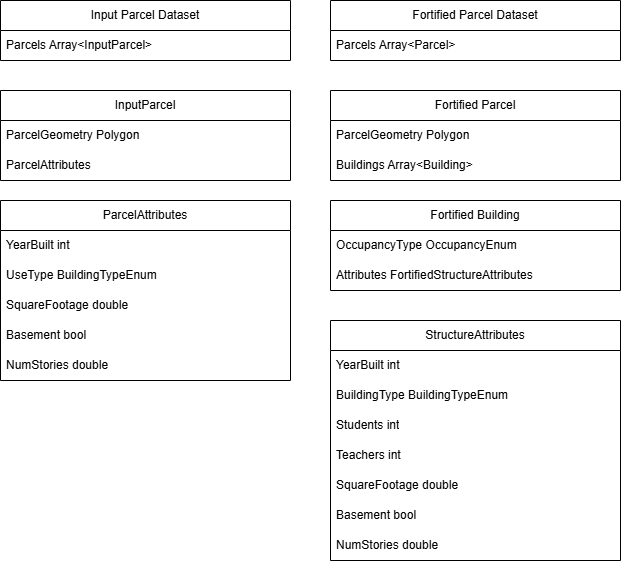
USACE-NSI/nsi-generator keeps this draw.io diagram as drawio/ExampleDatasets-ParcelDataset.drawio.png. Above is the earlier version. Source tidied: cells renumbered, new cells last; positions are measured from the earlier drawing's top-left corner, leaving out a move shared by most shapes.
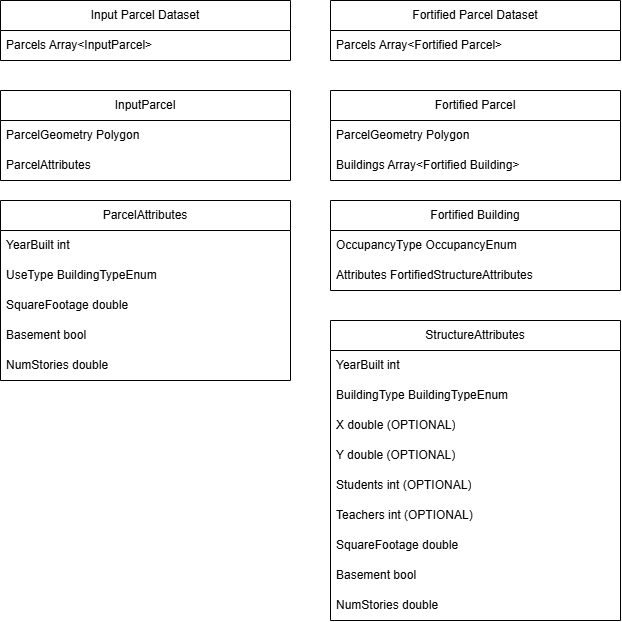
Later version of the same file.

Diff of the diagram source:
```diff
@@ -5,7 +5,7 @@
     <mxCell id="2" value="Fortified Parcel Dataset" style="swimlane;fontStyle=0;horizontal=1;startSize=30;whiteSpace=wrap;html=1;" parent="1" vertex="1">
       <mxGeometry x="330" width="290" height="60" as="geometry" />
     </mxCell>
-    <mxCell id="3" value="Parcels Array&amp;lt;Parcel&amp;gt;" style="text;strokeColor=none;fillColor=none;align=left;verticalAlign=middle;spacingLeft=4;spacingRight=4;overflow=hidden;whiteSpace=wrap;html=1;" parent="2" vertex="1">
+    <mxCell id="3" value="Parcels Array&amp;lt;Fortified Parcel&amp;gt;" style="text;strokeColor=none;fillColor=none;align=left;verticalAlign=middle;spacingLeft=4;spacingRight=4;overflow=hidden;whiteSpace=wrap;html=1;" parent="2" vertex="1">
       <mxGeometry y="30" width="290" height="30" as="geometry" />
     </mxCell>
     <mxCell id="4" value="Fortified Parcel" style="swimlane;fontStyle=0;horizontal=1;startSize=30;whiteSpace=wrap;html=1;" parent="1" vertex="1">
@@ -14,7 +14,7 @@
     <mxCell id="5" value="ParcelGeometry Polygon" style="text;strokeColor=none;fillColor=none;align=left;verticalAlign=middle;spacingLeft=4;spacingRight=4;overflow=hidden;whiteSpace=wrap;html=1;" parent="4" vertex="1">
       <mxGeometry y="30" width="290" height="30" as="geometry" />
     </mxCell>
-    <mxCell id="6" value="Buildings Array&amp;lt;Building&amp;gt;" style="text;strokeColor=none;fillColor=none;align=left;verticalAlign=middle;spacingLeft=4;spacingRight=4;overflow=hidden;whiteSpace=wrap;html=1;" parent="4" vertex="1">
+    <mxCell id="6" value="Buildings Array&amp;lt;Fortified Building&amp;gt;" style="text;strokeColor=none;fillColor=none;align=left;verticalAlign=middle;spacingLeft=4;spacingRight=4;overflow=hidden;whiteSpace=wrap;html=1;" parent="4" vertex="1">
       <mxGeometry y="60" width="290" height="30" as="geometry" />
     </mxCell>
     <mxCell id="7" value="Fortified Building" style="swimlane;fontStyle=0;horizontal=1;startSize=30;whiteSpace=wrap;html=1;" parent="1" vertex="1">
@@ -27,7 +27,7 @@
       <mxGeometry y="60" width="290" height="30" as="geometry" />
     </mxCell>
     <mxCell id="10" value="StructureAttributes" style="swimlane;fontStyle=0;horizontal=1;startSize=30;whiteSpace=wrap;html=1;" parent="1" vertex="1">
-      <mxGeometry x="330" y="320" width="290" height="240" as="geometry" />
+      <mxGeometry x="330" y="320" width="290" height="300" as="geometry" />
     </mxCell>
     <mxCell id="11" value="YearBuilt int" style="text;strokeColor=none;fillColor=none;align=left;verticalAlign=middle;spacingLeft=4;spacingRight=4;overflow=hidden;whiteSpace=wrap;html=1;" parent="10" vertex="1">
       <mxGeometry y="30" width="290" height="30" as="geometry" />
@@ -35,20 +35,26 @@
     <mxCell id="12" value="BuildingType BuildingTypeEnum" style="text;strokeColor=none;fillColor=none;align=left;verticalAlign=middle;spacingLeft=4;spacingRight=4;overflow=hidden;whiteSpace=wrap;html=1;" parent="10" vertex="1">
       <mxGeometry y="60" width="290" height="30" as="geometry" />
     </mxCell>
+    <mxCell id="29" value="X double (OPTIONAL)" style="text;strokeColor=none;fillColor=none;align=left;verticalAlign=middle;spacingLeft=4;spacingRight=4;overflow=hidden;whiteSpace=wrap;html=1;" parent="10" vertex="1">
+      <mxGeometry y="90" width="290" height="30" as="geometry" />
+    </mxCell>
+    <mxCell id="30" value="Y double (OPTIONAL)" style="text;strokeColor=none;fillColor=none;align=left;verticalAlign=middle;spacingLeft=4;spacingRight=4;overflow=hidden;whiteSpace=wrap;html=1;" parent="10" vertex="1">
+      <mxGeometry y="120" width="290" height="30" as="geometry" />
+    </mxCell>
-    <mxCell id="13" value="Students int" style="text;strokeColor=none;fillColor=none;align=left;verticalAlign=middle;spacingLeft=4;spacingRight=4;overflow=hidden;whiteSpace=wrap;html=1;" parent="10" vertex="1">
-      <mxGeometry y="90" width="290" height="30" as="geometry" />
+    <mxCell id="13" value="Students int (OPTIONAL)" style="text;strokeColor=none;fillColor=none;align=left;verticalAlign=middle;spacingLeft=4;spacingRight=4;overflow=hidden;whiteSpace=wrap;html=1;" parent="10" vertex="1">
+      <mxGeometry y="150" width="290" height="30" as="geometry" />
     </mxCell>
-    <mxCell id="14" value="Teachers int" style="text;strokeColor=none;fillColor=none;align=left;verticalAlign=middle;spacingLeft=4;spacingRight=4;overflow=hidden;whiteSpace=wrap;html=1;" parent="10" vertex="1">
-      <mxGeometry y="120" width="290" height="30" as="geometry" />
+    <mxCell id="14" value="Teachers int (OPTIONAL)" style="text;strokeColor=none;fillColor=none;align=left;verticalAlign=middle;spacingLeft=4;spacingRight=4;overflow=hidden;whiteSpace=wrap;html=1;" parent="10" vertex="1">
+      <mxGeometry y="180" width="290" height="30" as="geometry" />
     </mxCell>
     <mxCell id="15" value="SquareFootage double" style="text;strokeColor=none;fillColor=none;align=left;verticalAlign=middle;spacingLeft=4;spacingRight=4;overflow=hidden;whiteSpace=wrap;html=1;" parent="10" vertex="1">
-      <mxGeometry y="150" width="290" height="30" as="geometry" />
+      <mxGeometry y="210" width="290" height="30" as="geometry" />
     </mxCell>
     <mxCell id="16" value="Basement bool" style="text;strokeColor=none;fillColor=none;align=left;verticalAlign=middle;spacingLeft=4;spacingRight=4;overflow=hidden;whiteSpace=wrap;html=1;" parent="10" vertex="1">
-      <mxGeometry y="180" width="290" height="30" as="geometry" />
+      <mxGeometry y="240" width="290" height="30" as="geometry" />
     </mxCell>
     <mxCell id="17" value="NumStories double" style="text;strokeColor=none;fillColor=none;align=left;verticalAlign=middle;spacingLeft=4;spacingRight=4;overflow=hidden;whiteSpace=wrap;html=1;" parent="10" vertex="1">
-      <mxGeometry y="210" width="290" height="30" as="geometry" />
+      <mxGeometry y="270" width="290" height="30" as="geometry" />
     </mxCell>
     <mxCell id="18" value="Input Parcel Dataset" style="swimlane;fontStyle=0;horizontal=1;startSize=30;whiteSpace=wrap;html=1;" parent="1" vertex="1">
       <mxGeometry width="290" height="60" as="geometry" />
```
